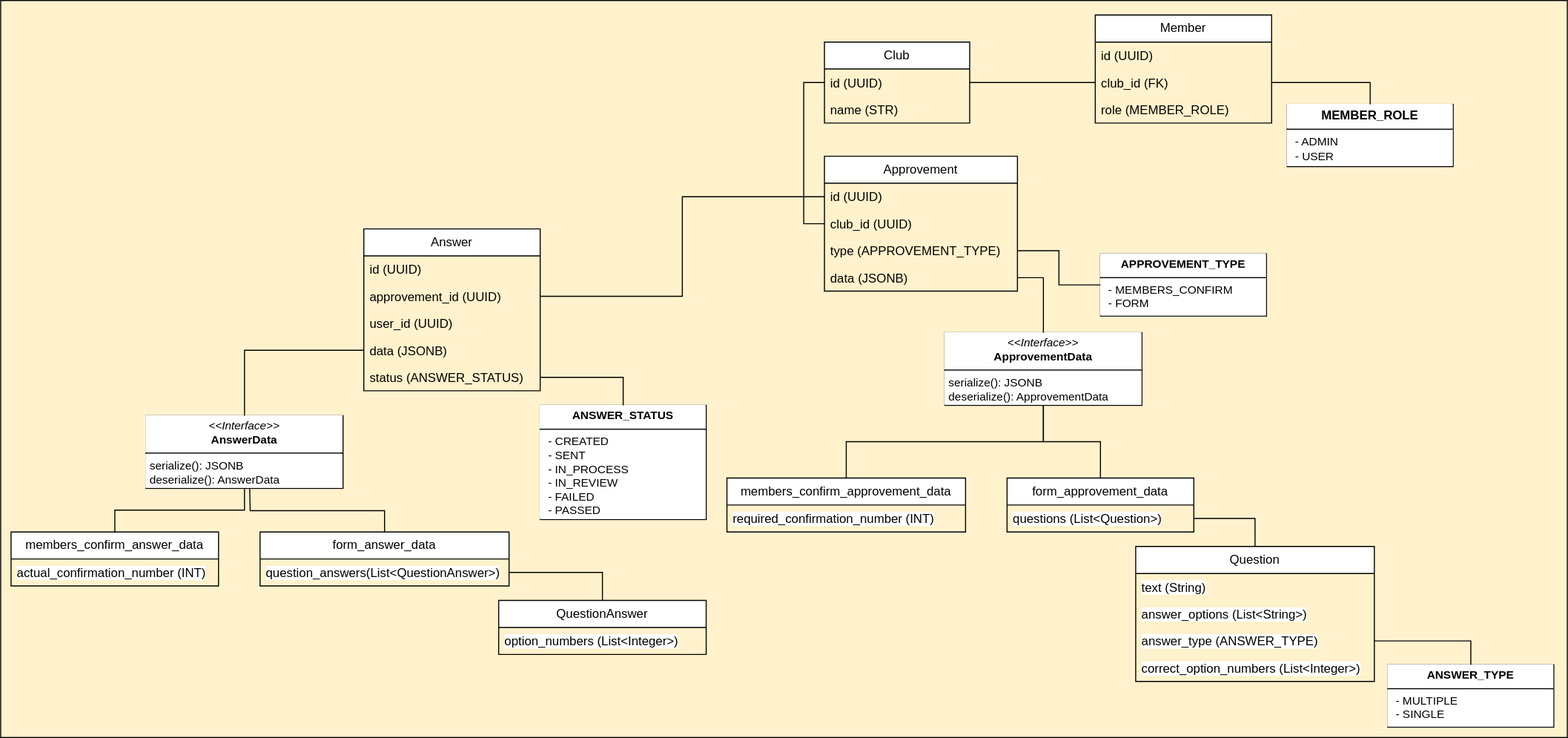
This is doc/img/domain_model.drawio.svg from ru-random-walk/club-service, a draw.io export, as it was before one commit. Source tidied: cells renumbered, new cells last; positions are measured from the earlier drawing's top-left corner, leaving out a move shared by most shapes.
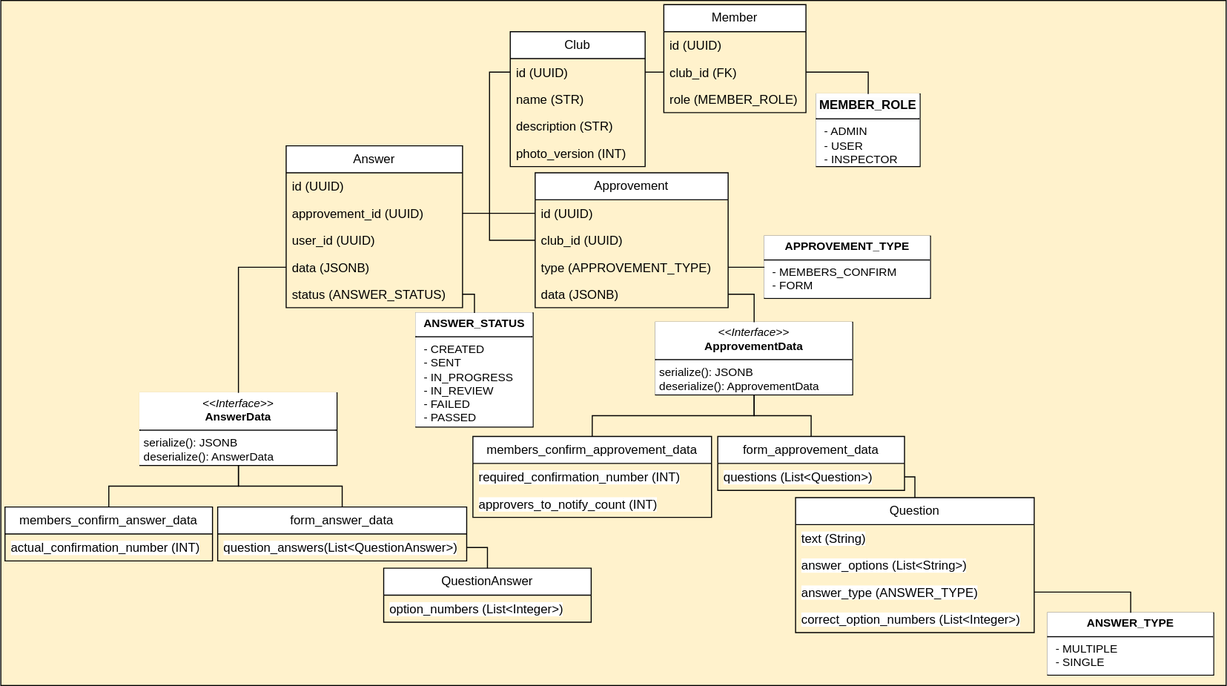
After the commit.

Commit message:
update domain model

Change to the diagram source:
```diff
@@ -3,19 +3,25 @@
     <mxCell id="0" />
     <mxCell id="1" parent="0" />
     <mxCell id="2" style="rounded=0;whiteSpace=wrap;html=1;fillColor=#FFF2CC;" parent="1" vertex="1">
-      <mxGeometry width="1510" height="710" as="geometry" />
+      <mxGeometry x="320" y="186" width="1181" height="660" as="geometry" />
     </mxCell>
     <mxCell id="3" value="Club" style="swimlane;fontStyle=0;horizontal=1;startSize=26;fillColor=#FFFFFF;whiteSpace=wrap;html=1;" parent="1" vertex="1">
-      <mxGeometry x="794" y="40" width="140" height="78" as="geometry" />
+      <mxGeometry x="811" y="216" width="130" height="130" as="geometry" />
     </mxCell>
     <mxCell id="4" value="id (UUID)" style="text;strokeColor=none;fillColor=none;align=left;verticalAlign=top;spacingLeft=4;spacingRight=4;overflow=hidden;points=[[0,0.5],[1,0.5]];portConstraint=eastwest;whiteSpace=wrap;html=1;" parent="3" vertex="1">
-      <mxGeometry y="26" width="140" height="26" as="geometry" />
+      <mxGeometry y="26" width="130" height="26" as="geometry" />
     </mxCell>
     <mxCell id="5" value="name (STR)" style="text;strokeColor=none;fillColor=none;align=left;verticalAlign=top;spacingLeft=4;spacingRight=4;overflow=hidden;whiteSpace=wrap;html=1;" parent="3" vertex="1">
-      <mxGeometry y="52" width="140" height="26" as="geometry" />
+      <mxGeometry y="52" width="130" height="26" as="geometry" />
     </mxCell>
+    <mxCell id="57" value="description (STR)" style="text;strokeColor=none;fillColor=none;align=left;verticalAlign=top;spacingLeft=4;spacingRight=4;overflow=hidden;whiteSpace=wrap;html=1;" parent="3" vertex="1">
+      <mxGeometry y="78" width="130" height="26" as="geometry" />
+    </mxCell>
+    <mxCell id="58" value="photo_version (INT)" style="text;strokeColor=none;fillColor=none;align=left;verticalAlign=top;spacingLeft=4;spacingRight=4;overflow=hidden;whiteSpace=wrap;html=1;" parent="3" vertex="1">
+      <mxGeometry y="104" width="130" height="26" as="geometry" />
+    </mxCell>
     <mxCell id="6" value="Approvement" style="swimlane;fontStyle=0;horizontal=1;startSize=26;fillColor=#FFFFFF;whiteSpace=wrap;html=1;strokeColor=default;align=center;verticalAlign=middle;fontFamily=Helvetica;fontSize=12;fontColor=default;" parent="1" vertex="1">
-      <mxGeometry x="794" y="150" width="186" height="130" as="geometry" />
+      <mxGeometry x="835" y="352" width="186" height="130" as="geometry" />
     </mxCell>
     <mxCell id="7" value="id (UUID)" style="text;strokeColor=none;fillColor=none;align=left;verticalAlign=top;spacingLeft=4;spacingRight=4;overflow=hidden;points=[[0,0.5],[1,0.5]];portConstraint=eastwest;whiteSpace=wrap;html=1;fontFamily=Helvetica;fontSize=12;fontColor=default;fontStyle=0;" parent="6" vertex="1">
       <mxGeometry y="26" width="186" height="26" as="geometry" />
@@ -30,10 +36,10 @@
       <mxGeometry y="104" width="186" height="26" as="geometry" />
     </mxCell>
     <mxCell id="11" value="&lt;p style=&quot;margin: 4px 0px 0px; text-align: center;&quot;&gt;&lt;b style=&quot;&quot;&gt;APPROVEMENT_TYPE&lt;/b&gt;&lt;/p&gt;&lt;hr size=&quot;1&quot; style=&quot;border-style:solid;&quot;&gt;&lt;p style=&quot;margin:0px;margin-left:8px;&quot;&gt;- MEMBERS_CONFIRM&lt;/p&gt;&lt;p style=&quot;margin:0px;margin-left:8px;&quot;&gt;- FORM&lt;/p&gt;" style="verticalAlign=top;align=left;overflow=fill;html=1;whiteSpace=wrap;fontFamily=Helvetica;fontSize=11;fontColor=default;labelBackgroundColor=default;" parent="1" vertex="1">
-      <mxGeometry x="1060" y="244" width="160" height="60" as="geometry" />
+      <mxGeometry x="1056" y="413" width="160" height="60" as="geometry" />
     </mxCell>
-    <mxCell id="12" value="&lt;p style=&quot;margin: 4px 0px 0px; text-align: center;&quot;&gt;&lt;span style=&quot;font-size: 12px; text-align: left; background-color: rgb(251, 251, 251);&quot;&gt;&lt;b&gt;MEMBER_ROLE&lt;/b&gt;&lt;/span&gt;&lt;br&gt;&lt;/p&gt;&lt;hr size=&quot;1&quot; style=&quot;border-style:solid;&quot;&gt;&lt;p style=&quot;margin:0px;margin-left:8px;&quot;&gt;- ADMIN&lt;/p&gt;&lt;p style=&quot;margin:0px;margin-left:8px;&quot;&gt;- USER&lt;/p&gt;" style="verticalAlign=top;align=left;overflow=fill;html=1;whiteSpace=wrap;fontFamily=Helvetica;fontSize=11;fontColor=default;labelBackgroundColor=default;" parent="1" vertex="1">
-      <mxGeometry x="1240" y="100" width="160" height="60" as="geometry" />
+    <mxCell id="12" value="&lt;p style=&quot;margin: 4px 0px 0px; text-align: center;&quot;&gt;&lt;span style=&quot;font-size: 12px; text-align: left; background-color: rgb(251, 251, 251);&quot;&gt;&lt;b&gt;MEMBER_ROLE&lt;/b&gt;&lt;/span&gt;&lt;br&gt;&lt;/p&gt;&lt;hr size=&quot;1&quot; style=&quot;border-style:solid;&quot;&gt;&lt;p style=&quot;margin:0px;margin-left:8px;&quot;&gt;- ADMIN&lt;/p&gt;&lt;p style=&quot;margin:0px;margin-left:8px;&quot;&gt;- USER&lt;/p&gt;&lt;p style=&quot;margin:0px;margin-left:8px;&quot;&gt;-&amp;nbsp;INSPECTOR&lt;/p&gt;" style="verticalAlign=top;align=left;overflow=fill;html=1;whiteSpace=wrap;fontFamily=Helvetica;fontSize=11;fontColor=default;labelBackgroundColor=default;" parent="1" vertex="1">
+      <mxGeometry x="1106" y="276" width="100" height="70" as="geometry" />
     </mxCell>
     <mxCell id="13" style="edgeStyle=orthogonalEdgeStyle;shape=connector;rounded=0;jettySize=auto;html=1;exitX=1;exitY=0.5;exitDx=0;exitDy=0;strokeColor=default;align=center;verticalAlign=middle;fontFamily=Helvetica;fontSize=11;fontColor=default;labelBackgroundColor=default;endArrow=none;endFill=0;" parent="1" edge="1" source="9" target="11">
       <mxGeometry relative="1" as="geometry" />
@@ -42,11 +48,14 @@
       <mxGeometry relative="1" as="geometry" />
     </mxCell>
     <mxCell id="15" value="members_confirm_approvement_data" style="swimlane;fontStyle=0;horizontal=1;startSize=26;fillColor=#FFFFFF;whiteSpace=wrap;html=1;fontFamily=Helvetica;fontSize=12;fontColor=default;labelBackgroundColor=default;strokeColor=default;align=center;verticalAlign=middle;" parent="1" vertex="1">
-      <mxGeometry x="700" y="460" width="230" height="52" as="geometry" />
+      <mxGeometry x="775" y="606" width="230" height="78" as="geometry" />
     </mxCell>
     <mxCell id="16" value="required_confirmation_number (INT)" style="text;strokeColor=none;fillColor=none;align=left;verticalAlign=top;spacingLeft=4;spacingRight=4;overflow=hidden;whiteSpace=wrap;html=1;fontFamily=Helvetica;fontSize=12;fontColor=default;labelBackgroundColor=default;fontStyle=0;" parent="15" vertex="1">
       <mxGeometry y="26" width="230" height="26" as="geometry" />
     </mxCell>
+    <mxCell id="59" value="approvers_to_notify_count (INT)" style="text;strokeColor=none;fillColor=none;align=left;verticalAlign=top;spacingLeft=4;spacingRight=4;overflow=hidden;whiteSpace=wrap;html=1;fontFamily=Helvetica;fontSize=12;fontColor=default;labelBackgroundColor=default;fontStyle=0;" parent="15" vertex="1">
+      <mxGeometry y="52" width="230" height="26" as="geometry" />
+    </mxCell>
     <mxCell id="17" style="edgeStyle=orthogonalEdgeStyle;shape=connector;rounded=0;jettySize=auto;html=1;exitX=0.5;exitY=1;exitDx=0;exitDy=0;entryX=0.5;entryY=0;entryDx=0;entryDy=0;strokeColor=default;align=center;verticalAlign=middle;fontFamily=Helvetica;fontSize=11;fontColor=default;labelBackgroundColor=default;endArrow=none;endFill=0;" parent="1" edge="1" source="19" target="15">
       <mxGeometry relative="1" as="geometry" />
     </mxCell>
@@ -54,16 +63,16 @@
       <mxGeometry relative="1" as="geometry" />
     </mxCell>
     <mxCell id="19" value="&lt;p style=&quot;margin:0px;margin-top:4px;text-align:center;&quot;&gt;&lt;i&gt;&amp;lt;&amp;lt;Interface&amp;gt;&amp;gt;&lt;/i&gt;&lt;br&gt;&lt;b&gt;Approvement&lt;/b&gt;&lt;b&gt;Data&lt;/b&gt;&lt;/p&gt;&lt;hr size=&quot;1&quot; style=&quot;border-style:solid;&quot;&gt;&lt;p style=&quot;margin:0px;margin-left:4px;&quot;&gt;serialize(): JSONB&lt;br&gt;&lt;/p&gt;&lt;p style=&quot;margin:0px;margin-left:4px;&quot;&gt;deserialize(): ApprovementData&lt;br&gt;&lt;/p&gt;" style="verticalAlign=top;align=left;overflow=fill;html=1;whiteSpace=wrap;fontFamily=Helvetica;fontSize=11;fontColor=default;labelBackgroundColor=default;" parent="1" vertex="1">
-      <mxGeometry x="910" y="320" width="190" height="70" as="geometry" />
+      <mxGeometry x="951" y="496" width="190" height="70" as="geometry" />
     </mxCell>
     <mxCell id="20" value="form_approvement_data" style="swimlane;fontStyle=0;horizontal=1;startSize=26;fillColor=#FFFFFF;whiteSpace=wrap;html=1;fontFamily=Helvetica;fontSize=12;fontColor=default;labelBackgroundColor=default;strokeColor=default;align=center;verticalAlign=middle;" parent="1" vertex="1">
-      <mxGeometry x="970" y="460" width="180" height="52" as="geometry" />
+      <mxGeometry x="1011" y="606" width="180" height="52" as="geometry" />
     </mxCell>
     <mxCell id="21" value="questions (List&amp;lt;Question&amp;gt;)" style="text;strokeColor=none;fillColor=none;align=left;verticalAlign=top;spacingLeft=4;spacingRight=4;overflow=hidden;points=[[0,0.5],[1,0.5]];portConstraint=eastwest;whiteSpace=wrap;html=1;fontFamily=Helvetica;fontSize=12;fontColor=default;labelBackgroundColor=default;fontStyle=0;" parent="20" vertex="1">
       <mxGeometry y="26" width="180" height="26" as="geometry" />
     </mxCell>
     <mxCell id="22" value="&lt;span style=&quot;text-align: left;&quot;&gt;Question&lt;/span&gt;" style="swimlane;fontStyle=0;horizontal=1;startSize=26;fillColor=#FFFFFF;whiteSpace=wrap;html=1;fontFamily=Helvetica;fontSize=12;fontColor=default;labelBackgroundColor=default;strokeColor=default;align=center;verticalAlign=middle;" parent="1" vertex="1">
-      <mxGeometry x="1094" y="526" width="230" height="130" as="geometry" />
+      <mxGeometry x="1086" y="665" width="230" height="130" as="geometry" />
     </mxCell>
     <mxCell id="23" value="text (String)" style="text;strokeColor=none;fillColor=none;align=left;verticalAlign=top;spacingLeft=4;spacingRight=4;overflow=hidden;whiteSpace=wrap;html=1;fontFamily=Helvetica;fontSize=12;fontColor=default;labelBackgroundColor=default;fontStyle=0;" parent="22" vertex="1">
       <mxGeometry y="26" width="230" height="26" as="geometry" />
@@ -78,7 +87,7 @@
       <mxGeometry y="104" width="230" height="26" as="geometry" />
     </mxCell>
     <mxCell id="27" value="&lt;p style=&quot;margin: 4px 0px 0px; text-align: center;&quot;&gt;&lt;span style=&quot;text-align: left;&quot;&gt;&lt;b&gt;ANSWER_TYPE&lt;/b&gt;&lt;/span&gt;&lt;br&gt;&lt;/p&gt;&lt;hr size=&quot;1&quot; style=&quot;border-style:solid;&quot;&gt;&lt;p style=&quot;margin:0px;margin-left:8px;&quot;&gt;- MULTIPLE&lt;/p&gt;&lt;p style=&quot;margin:0px;margin-left:8px;&quot;&gt;- SINGLE&lt;/p&gt;" style="verticalAlign=top;align=left;overflow=fill;html=1;whiteSpace=wrap;fontFamily=Helvetica;fontSize=11;fontColor=default;labelBackgroundColor=default;" parent="1" vertex="1">
-      <mxGeometry x="1337" y="640" width="160" height="60" as="geometry" />
+      <mxGeometry x="1329" y="776" width="160" height="60" as="geometry" />
     </mxCell>
     <mxCell id="28" style="edgeStyle=orthogonalEdgeStyle;shape=connector;rounded=0;jettySize=auto;html=1;exitX=1;exitY=0.5;exitDx=0;exitDy=0;entryX=0.5;entryY=0;entryDx=0;entryDy=0;strokeColor=default;align=center;verticalAlign=middle;fontFamily=Helvetica;fontSize=11;fontColor=default;labelBackgroundColor=default;endArrow=none;endFill=0;" parent="1" edge="1" source="21" target="22">
       <mxGeometry relative="1" as="geometry" />
@@ -93,19 +102,19 @@
       <mxGeometry relative="1" as="geometry" />
     </mxCell>
     <mxCell id="32" value="Member" style="swimlane;fontStyle=0;horizontal=1;startSize=26;fillColor=#FFFFFF;whiteSpace=wrap;html=1;strokeColor=default;align=center;verticalAlign=middle;fontFamily=Helvetica;fontSize=12;fontColor=default;" parent="1" vertex="1">
-      <mxGeometry x="1055" y="14" width="170" height="104" as="geometry" />
+      <mxGeometry x="959" y="190" width="137" height="104" as="geometry" />
     </mxCell>
     <mxCell id="33" value="id (UUID)" style="text;strokeColor=none;fillColor=none;align=left;verticalAlign=top;spacingLeft=4;spacingRight=4;overflow=hidden;whiteSpace=wrap;html=1;fontFamily=Helvetica;fontSize=12;fontColor=default;fontStyle=0;" parent="32" vertex="1">
-      <mxGeometry y="26" width="170" height="26" as="geometry" />
+      <mxGeometry y="26" width="137" height="26" as="geometry" />
     </mxCell>
     <mxCell id="34" value="club_id (FK)" style="text;strokeColor=none;fillColor=none;align=left;verticalAlign=top;spacingLeft=4;spacingRight=4;overflow=hidden;points=[[0,0.5],[1,0.5]];portConstraint=eastwest;whiteSpace=wrap;html=1;fontFamily=Helvetica;fontSize=12;fontColor=default;fontStyle=0;" parent="32" vertex="1">
-      <mxGeometry y="52" width="170" height="26" as="geometry" />
+      <mxGeometry y="52" width="137" height="26" as="geometry" />
     </mxCell>
     <mxCell id="35" value="role (MEMBER_ROLE)" style="text;strokeColor=none;fillColor=none;align=left;verticalAlign=top;spacingLeft=4;spacingRight=4;overflow=hidden;whiteSpace=wrap;html=1;fontFamily=Helvetica;fontSize=12;fontColor=default;fontStyle=0;" parent="32" vertex="1">
-      <mxGeometry y="78" width="170" height="26" as="geometry" />
+      <mxGeometry y="78" width="137" height="26" as="geometry" />
     </mxCell>
     <mxCell id="36" value="Answer" style="swimlane;fontStyle=0;horizontal=1;startSize=26;fillColor=#FFFFFF;whiteSpace=wrap;html=1;strokeColor=default;align=center;verticalAlign=middle;fontFamily=Helvetica;fontSize=12;fontColor=default;" parent="1" vertex="1">
-      <mxGeometry x="350" y="220" width="170" height="156" as="geometry" />
+      <mxGeometry x="595" y="326" width="170" height="156" as="geometry" />
     </mxCell>
     <mxCell id="37" value="id (UUID)" style="text;strokeColor=none;fillColor=none;align=left;verticalAlign=top;spacingLeft=4;spacingRight=4;overflow=hidden;whiteSpace=wrap;html=1;fontFamily=Helvetica;fontSize=12;fontColor=default;fontStyle=0;" parent="36" vertex="1">
       <mxGeometry y="26" width="170" height="26" as="geometry" />
@@ -129,27 +138,25 @@
       <mxGeometry relative="1" as="geometry" />
     </mxCell>
     <mxCell id="44" value="&lt;p style=&quot;margin:0px;margin-top:4px;text-align:center;&quot;&gt;&lt;i&gt;&amp;lt;&amp;lt;Interface&amp;gt;&amp;gt;&lt;/i&gt;&lt;br&gt;&lt;b&gt;AnswerData&lt;/b&gt;&lt;/p&gt;&lt;hr size=&quot;1&quot; style=&quot;border-style:solid;&quot;&gt;&lt;p style=&quot;margin:0px;margin-left:4px;&quot;&gt;serialize(): JSONB&lt;br&gt;&lt;/p&gt;&lt;p style=&quot;margin:0px;margin-left:4px;&quot;&gt;deserialize(): AnswerData&lt;br&gt;&lt;/p&gt;" style="verticalAlign=top;align=left;overflow=fill;html=1;whiteSpace=wrap;fontFamily=Helvetica;fontSize=11;fontColor=default;labelBackgroundColor=default;" parent="1" vertex="1">
-      <mxGeometry x="140" y="400" width="190" height="70" as="geometry" />
+      <mxGeometry x="454" y="564" width="190" height="70" as="geometry" />
     </mxCell>
     <mxCell id="45" value="members_confirm_answer_data" style="swimlane;fontStyle=0;horizontal=1;startSize=26;fillColor=#FFFFFF;whiteSpace=wrap;html=1;fontFamily=Helvetica;fontSize=12;fontColor=default;labelBackgroundColor=default;strokeColor=default;align=center;verticalAlign=middle;" parent="1" vertex="1">
-      <mxGeometry x="10" y="512" width="200" height="52" as="geometry" />
+      <mxGeometry x="324" y="674" width="200" height="52" as="geometry" />
     </mxCell>
     <mxCell id="46" value="actual_confirmation_number (INT)" style="text;strokeColor=none;fillColor=none;align=left;verticalAlign=top;spacingLeft=4;spacingRight=4;overflow=hidden;whiteSpace=wrap;html=1;fontFamily=Helvetica;fontSize=12;fontColor=default;labelBackgroundColor=default;fontStyle=0;" parent="45" vertex="1">
       <mxGeometry y="26" width="200" height="26" as="geometry" />
     </mxCell>
-    <mxCell id="47" style="edgeStyle=orthogonalEdgeStyle;rounded=0;jettySize=auto;html=1;exitX=0.5;exitY=0;exitDx=0;exitDy=0;endArrow=none;endFill=0;" parent="1" edge="1" source="48">
-      <mxGeometry relative="1" as="geometry">
-        <mxPoint x="240" y="470" as="targetPoint" />
-      </mxGeometry>
-    </mxCell>
+    <mxCell id="60" style="edgeStyle=orthogonalEdgeStyle;rounded=0;jettySize=auto;html=1;endArrow=none;startFill=0;" parent="1" edge="1" source="48" target="44">
+      <mxGeometry relative="1" as="geometry" />
+    </mxCell>
     <mxCell id="48" value="form_answer_data" style="swimlane;fontStyle=0;horizontal=1;startSize=26;fillColor=#FFFFFF;whiteSpace=wrap;html=1;fontFamily=Helvetica;fontSize=12;fontColor=default;labelBackgroundColor=default;strokeColor=default;align=center;verticalAlign=middle;" parent="1" vertex="1">
-      <mxGeometry x="250" y="512" width="240" height="52" as="geometry" />
+      <mxGeometry x="529" y="674" width="240" height="52" as="geometry" />
     </mxCell>
     <mxCell id="49" value="question_answers(List&amp;lt;QuestionAnswer&amp;gt;)" style="text;strokeColor=none;fillColor=none;align=left;verticalAlign=top;spacingLeft=4;spacingRight=4;overflow=hidden;points=[[0,0.5],[1,0.5]];portConstraint=eastwest;whiteSpace=wrap;html=1;fontFamily=Helvetica;fontSize=12;fontColor=default;labelBackgroundColor=default;fontStyle=0;" parent="48" vertex="1">
       <mxGeometry y="26" width="240" height="26" as="geometry" />
     </mxCell>
     <mxCell id="50" value="&lt;span style=&quot;text-align: left;&quot;&gt;QuestionAnswer&lt;/span&gt;" style="swimlane;fontStyle=0;horizontal=1;startSize=26;fillColor=#FFFFFF;whiteSpace=wrap;html=1;fontFamily=Helvetica;fontSize=12;fontColor=default;labelBackgroundColor=default;strokeColor=default;align=center;verticalAlign=middle;" parent="1" vertex="1">
-      <mxGeometry x="480" y="578" width="200" height="52" as="geometry" />
+      <mxGeometry x="689" y="733" width="200" height="52" as="geometry" />
     </mxCell>
     <mxCell id="51" value="option_numbers (List&amp;lt;Integer&amp;gt;)" style="text;strokeColor=none;fillColor=none;align=left;verticalAlign=top;spacingLeft=4;spacingRight=4;overflow=hidden;whiteSpace=wrap;html=1;fontFamily=Helvetica;fontSize=12;fontColor=default;labelBackgroundColor=default;fontStyle=0;" parent="50" vertex="1">
       <mxGeometry y="26" width="200" height="26" as="geometry" />
@@ -160,8 +167,8 @@
     <mxCell id="53" style="edgeStyle=orthogonalEdgeStyle;rounded=0;jettySize=auto;html=1;exitX=1;exitY=0.5;exitDx=0;exitDy=0;endArrow=none;endFill=0;" parent="1" edge="1" source="49" target="50">
       <mxGeometry relative="1" as="geometry" />
     </mxCell>
-    <mxCell id="54" value="&lt;p style=&quot;margin: 4px 0px 0px; text-align: center;&quot;&gt;&lt;b style=&quot;&quot;&gt;ANSWER_STATUS&lt;/b&gt;&lt;/p&gt;&lt;hr size=&quot;1&quot; style=&quot;border-style:solid;&quot;&gt;&lt;p style=&quot;margin:0px;margin-left:8px;&quot;&gt;- CREATED&lt;/p&gt;&lt;p style=&quot;margin:0px;margin-left:8px;&quot;&gt;- SENT&lt;br&gt;- IN_PROCESS&lt;br&gt;- IN_REVIEW&lt;br&gt;- FAILED&lt;br&gt;- PASSED&lt;/p&gt;" style="verticalAlign=top;align=left;overflow=fill;html=1;whiteSpace=wrap;fontFamily=Helvetica;fontSize=11;fontColor=default;labelBackgroundColor=default;" parent="1" vertex="1">
-      <mxGeometry x="520" y="390" width="160" height="110" as="geometry" />
+    <mxCell id="54" value="&lt;p style=&quot;margin: 4px 0px 0px; text-align: center;&quot;&gt;&lt;b style=&quot;&quot;&gt;ANSWER_STATUS&lt;/b&gt;&lt;/p&gt;&lt;hr size=&quot;1&quot; style=&quot;border-style:solid;&quot;&gt;&lt;p style=&quot;margin:0px;margin-left:8px;&quot;&gt;- CREATED&lt;/p&gt;&lt;p style=&quot;margin:0px;margin-left:8px;&quot;&gt;- SENT&lt;br&gt;- IN_PROGRESS&lt;br&gt;- IN_REVIEW&lt;br&gt;- FAILED&lt;br&gt;- PASSED&lt;/p&gt;" style="verticalAlign=top;align=left;overflow=fill;html=1;whiteSpace=wrap;fontFamily=Helvetica;fontSize=11;fontColor=default;labelBackgroundColor=default;" parent="1" vertex="1">
+      <mxGeometry x="720" y="487" width="113" height="110" as="geometry" />
     </mxCell>
     <mxCell id="55" style="edgeStyle=orthogonalEdgeStyle;shape=connector;rounded=0;jettySize=auto;html=1;exitX=1;exitY=0.5;exitDx=0;exitDy=0;entryX=0.5;entryY=0;entryDx=0;entryDy=0;strokeColor=default;align=center;verticalAlign=middle;fontFamily=Helvetica;fontSize=11;fontColor=default;labelBackgroundColor=default;endArrow=none;endFill=0;" parent="1" edge="1" source="41" target="54">
       <mxGeometry relative="1" as="geometry" />
```
